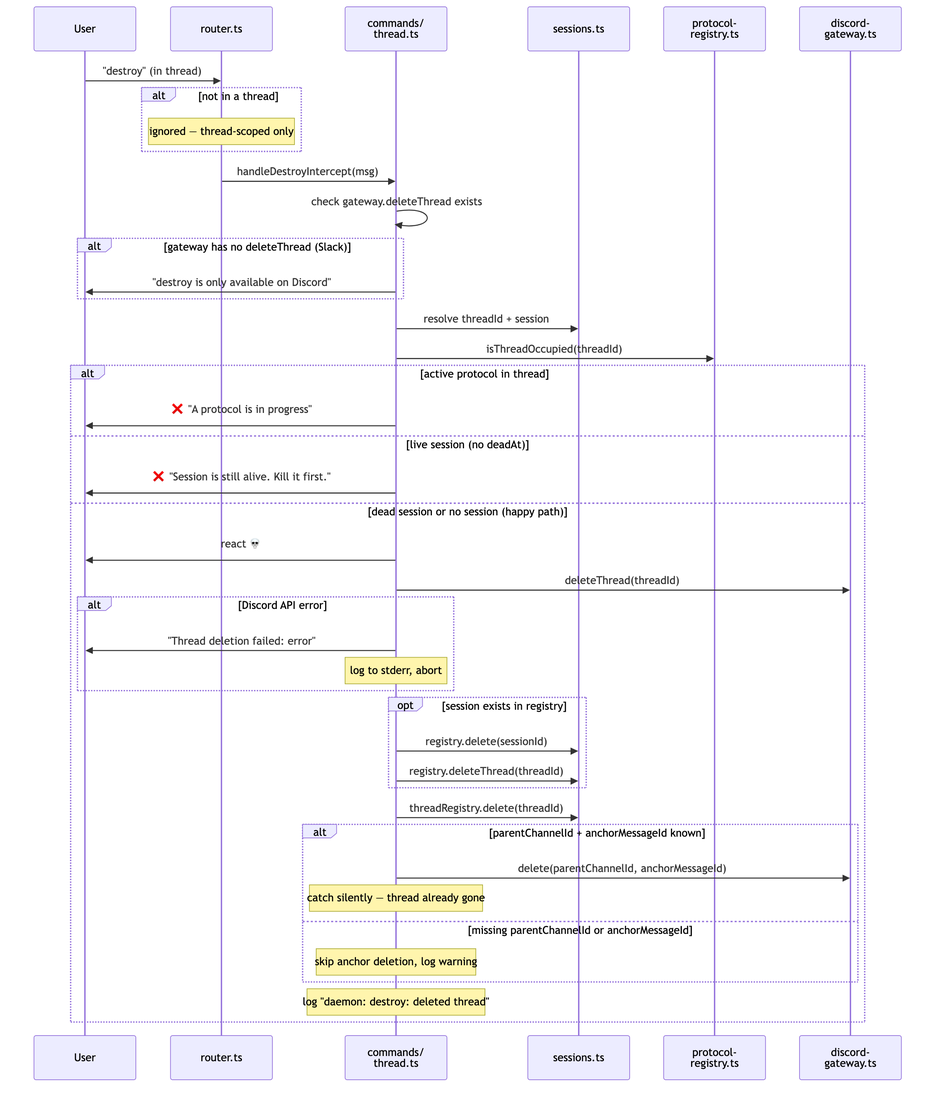
Above: diagrams/flow-destroy.png in sf8193/hydra (Mermaid), before the change. Its source is kept beside it as diagrams/flow-destroy.mmd.
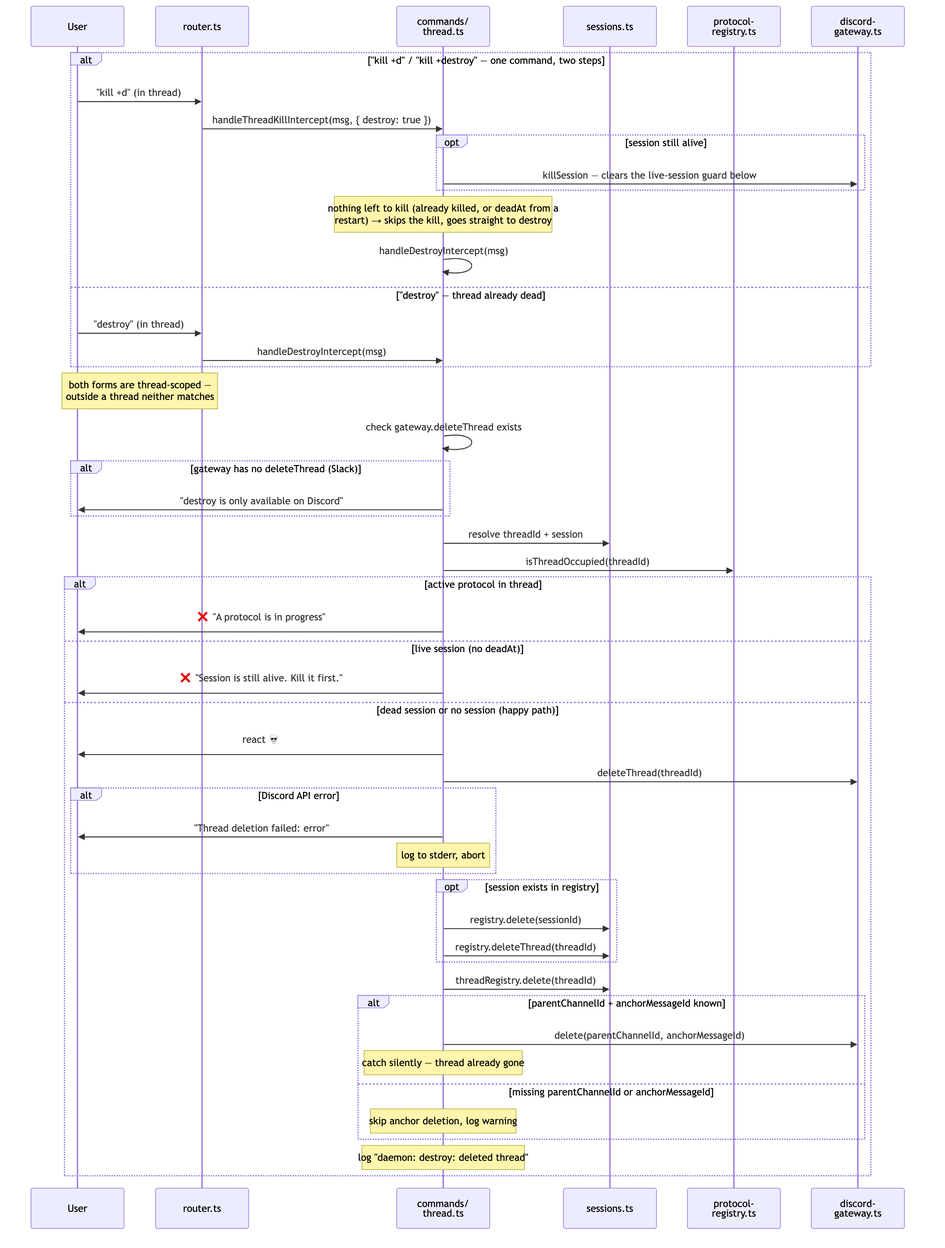
The same diagram one commit later.

Commit message:
feat: kill +d / kill +destroy — kill the session, then delete the thread (#318)

What changed in the source:
```diff
@@ -7,13 +7,20 @@
     participant protocol as protocol-<br/>registry.ts
     participant gateway as discord-<br/>gateway.ts
 
-    user->>router: "destroy" (in thread)
-
-    alt not in a thread
-        Note over router: ignored — thread-scoped only
+    alt "kill +d" / "kill +destroy" — one command, two steps
+        user->>router: "kill +d" (in thread)
+        router->>handler: handleThreadKillIntercept(msg, { destroy: true })
+        opt session still alive
+            handler->>gateway: killSession — clears the live-session guard below
+        end
+        Note over handler: nothing left to kill (already killed, or deadAt from a<br/>restart) → skips the kill, goes straight to destroy
+        handler->>handler: handleDestroyIntercept(msg)
+    else "destroy" — thread already dead
+        user->>router: "destroy" (in thread)
+        router->>handler: handleDestroyIntercept(msg)
     end
 
-    router->>handler: handleDestroyIntercept(msg)
+    Note over user,router: both forms are thread-scoped —<br/>outside a thread neither matches
 
     handler->>handler: check gateway.deleteThread exists
     alt gateway has no deleteThread (Slack)
```
